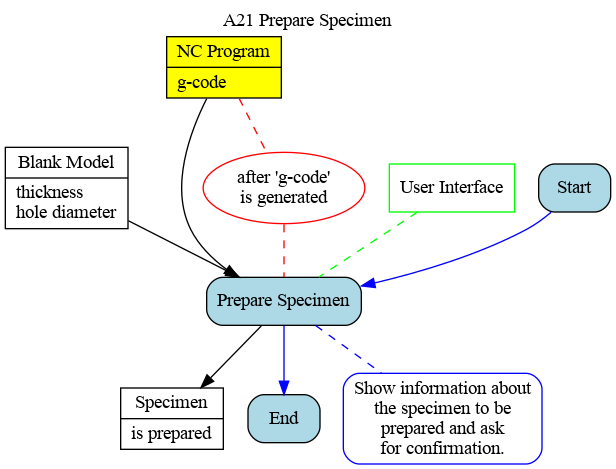
Before: Ontology_Layer/Behaviour_Model/04_A21.gv.png, a diagram exported from Graphviz (ModelsforManufacturing/hole-flanging-by-SPIF-in-a-single-stage). Its source is kept beside it as Ontology_Layer/Behaviour_Model/04_A21.gv.
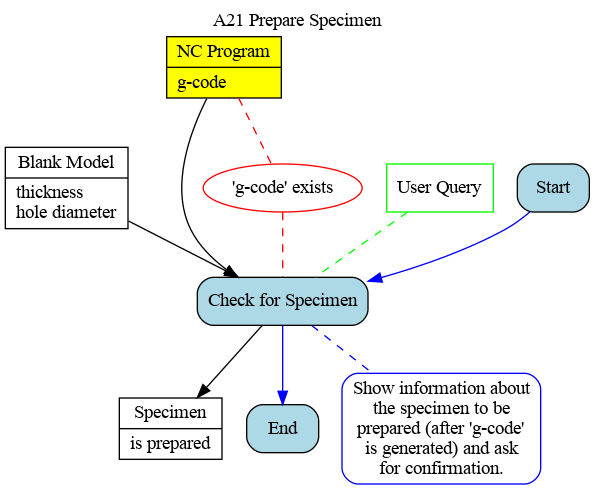
The same file after the commit.

Change to the diagram source:
```diff
@@ -10,15 +10,15 @@
 
 
 node [shape=box, style=filled, fillcolor=white, color=green]
-m1 [label="User Interface"]
+m1 [label="User Query"]
 
 node [shape=box, style="filled, rounded", fillcolor=lightblue, color=black]
 Start
-t1 [label="Prepare Specimen"]
+t1 [label="Check for Specimen"]
 End
 
 node [shape=box, style="filled, rounded", fillcolor=white, color=blue]
-r1 [label="Show information about\nthe specimen to be\nprepared and ask\nfor confirmation."]
+r1 [label="Show information about\nthe specimen to be\nprepared (after 'g-code'\nis generated) and ask\nfor confirmation."]
 
 edge [dir=none, color=blue, style=dashed]
 t1 -> r1
@@ -34,7 +34,7 @@
 t1 -> spec
 
 node [shape=ellipse, style=filled, fillcolor=white, color=red]
-c1 [label="after 'g-code'\nis generated"]
+c1 [label="'g-code' exists"]
 
 edge [dir=none, color=red, style=dashed]
 prog -> c1 -> t1
```
